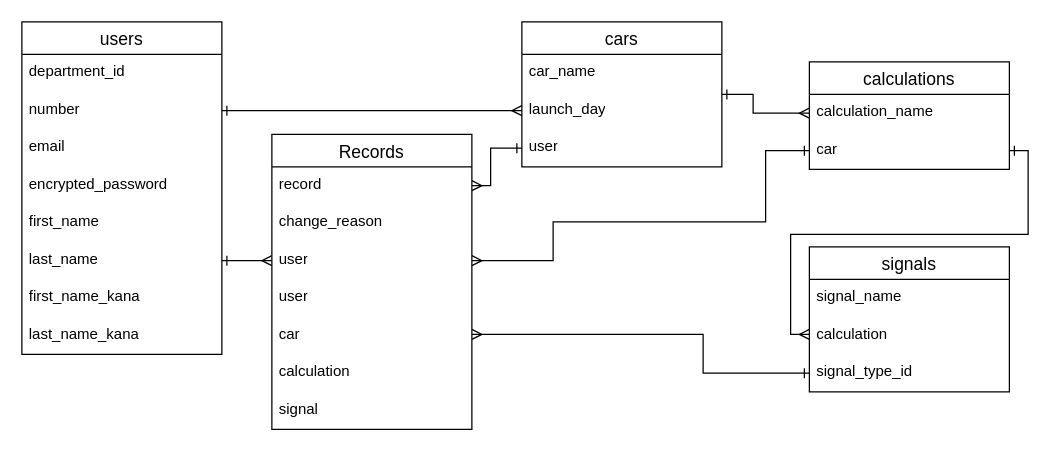
Earlier version of the draw.io diagram er.dio (haru-mq/trace-42193). Source tidied: cells renumbered, new cells numbered last; positions are measured from the earlier drawing's top-left corner, leaving out a move shared by most shapes. Both pictures are drawn from the tidied source at 125%, with x=0, y=0 at pixel (21, 21).
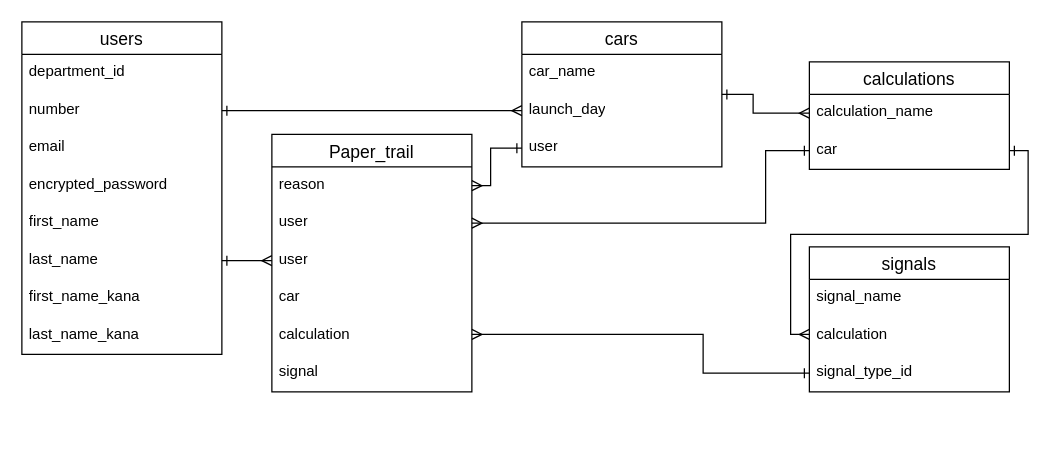
After the change.

Commit message (it also covers changes not shown here):
Record history

The change refers to these unchanged cells:
```xml
<mxCell id="8" value="last_name" style="text;strokeColor=none;fillColor=none;spacingLeft=4;spacingRight=4;overflow=hidden;points=[[0,0.5],[1,0.5]];portConstraint=eastwest;fontSize=12;whiteSpace=wrap;html=1;" parent="2" vertex="1">
  <mxGeometry y="176" width="160" height="30" as="geometry" />
</mxCell>
<mxCell id="14" value="user" style="text;strokeColor=none;fillColor=none;spacingLeft=4;spacingRight=4;overflow=hidden;points=[[0,0.5],[1,0.5]];portConstraint=eastwest;fontSize=12;whiteSpace=wrap;html=1;" parent="11" vertex="1">
  <mxGeometry y="86" width="160" height="30" as="geometry" />
</mxCell>
<mxCell id="17" value="car" style="text;strokeColor=none;fillColor=none;spacingLeft=4;spacingRight=4;overflow=hidden;points=[[0,0.5],[1,0.5]];portConstraint=eastwest;fontSize=12;whiteSpace=wrap;html=1;" parent="15" vertex="1">
  <mxGeometry y="56" width="160" height="30" as="geometry" />
</mxCell>
```

Change to the diagram source:
```diff
@@
-    <mxCell id="22" value="Records" style="swimlane;fontStyle=0;horizontal=1;startSize=26;align=center;fontSize=14;" parent="1" vertex="1">
-      <mxGeometry x="200" y="90" width="160" height="236" as="geometry" />
+    <mxCell id="22" value="Paper_trail" style="swimlane;fontStyle=0;horizontal=1;startSize=26;align=center;fontSize=14;" parent="1" vertex="1">
+      <mxGeometry x="200" y="90" width="160" height="206" as="geometry" />
     </mxCell>
-    <mxCell id="23" value="record" style="text;strokeColor=none;fillColor=none;spacingLeft=4;spacingRight=4;overflow=hidden;points=[[0,0.5],[1,0.5]];portConstraint=eastwest;fontSize=12;whiteSpace=wrap;html=1;" parent="22" vertex="1">
-      <mxGeometry y="26" width="160" height="30" as="geometry" />
-    </mxCell>
-    <mxCell id="24" value="change_reason" style="text;strokeColor=none;fillColor=none;spacingLeft=4;spacingRight=4;overflow=hidden;fontSize=12;whiteSpace=wrap;html=1;" parent="22" vertex="1">
-      <mxGeometry y="56" width="160" height="30" as="geometry" />
+    <mxCell id="24" value="reason" style="text;strokeColor=none;fillColor=none;spacingLeft=4;spacingRight=4;overflow=hidden;fontSize=12;whiteSpace=wrap;html=1;" parent="22" vertex="1">
+      <mxGeometry y="26" width="160" height="30" as="geometry" />
     </mxCell>
     <mxCell id="25" value="user" style="text;strokeColor=none;fillColor=none;spacingLeft=4;spacingRight=4;overflow=hidden;points=[[0,0.5],[1,0.5]];portConstraint=eastwest;fontSize=12;whiteSpace=wrap;html=1;" parent="22" vertex="1">
-      <mxGeometry y="86" width="160" height="30" as="geometry" />
+      <mxGeometry y="56" width="160" height="30" as="geometry" />
     </mxCell>
     <mxCell id="26" value="user" style="text;strokeColor=none;fillColor=none;spacingLeft=4;spacingRight=4;overflow=hidden;points=[[0,0.5],[1,0.5]];portConstraint=eastwest;fontSize=12;whiteSpace=wrap;html=1;" parent="22" vertex="1">
-      <mxGeometry y="116" width="160" height="30" as="geometry" />
+      <mxGeometry y="86" width="160" height="30" as="geometry" />
     </mxCell>
     <mxCell id="27" value="car" style="text;strokeColor=none;fillColor=none;spacingLeft=4;spacingRight=4;overflow=hidden;fontSize=12;whiteSpace=wrap;html=1;" parent="22" vertex="1">
-      <mxGeometry y="146" width="160" height="30" as="geometry" />
+      <mxGeometry y="116" width="160" height="30" as="geometry" />
     </mxCell>
     <mxCell id="28" value="calculation" style="text;strokeColor=none;fillColor=none;spacingLeft=4;spacingRight=4;overflow=hidden;fontSize=12;whiteSpace=wrap;html=1;" parent="22" vertex="1">
-      <mxGeometry y="176" width="160" height="30" as="geometry" />
+      <mxGeometry y="146" width="160" height="30" as="geometry" />
     </mxCell>
     <mxCell id="29" value="signal" style="text;strokeColor=none;fillColor=none;spacingLeft=4;spacingRight=4;overflow=hidden;fontSize=12;whiteSpace=wrap;html=1;" parent="22" vertex="1">
-      <mxGeometry y="206" width="160" height="30" as="geometry" />
+      <mxGeometry y="176" width="160" height="30" as="geometry" />
     </mxCell>
@@
-    <mxCell id="31" style="edgeStyle=none;html=1;exitX=1;exitY=0.5;exitDx=0;exitDy=0;entryX=0;entryY=0.5;entryDx=0;entryDy=0;startArrow=ERone;startFill=0;endArrow=ERmany;endFill=0;" parent="1" edge="1" source="8" target="25">
+    <mxCell id="31" style="edgeStyle=none;html=1;exitX=1;exitY=0.5;exitDx=0;exitDy=0;entryX=0;entryY=0.5;entryDx=0;entryDy=0;startArrow=ERone;startFill=0;endArrow=ERmany;endFill=0;" parent="1" edge="1" source="8" target="26">
       <mxGeometry relative="1" as="geometry" />
     </mxCell>
-    <mxCell id="32" style="edgeStyle=orthogonalEdgeStyle;html=1;exitX=0;exitY=0.5;exitDx=0;exitDy=0;entryX=1;entryY=0.5;entryDx=0;entryDy=0;rounded=0;curved=0;endArrow=ERmany;endFill=0;startArrow=ERone;startFill=0;" parent="1" edge="1" source="14" target="23">
+    <mxCell id="32" style="edgeStyle=orthogonalEdgeStyle;html=1;exitX=0;exitY=0.5;exitDx=0;exitDy=0;entryX=1;entryY=0.5;entryDx=0;entryDy=0;rounded=0;curved=0;endArrow=ERmany;endFill=0;startArrow=ERone;startFill=0;" parent="1" edge="1" source="14">
       <mxGeometry relative="1" as="geometry">
+        <mxPoint x="360" y="131" as="targetPoint" />
         <Array as="points">
           <mxPoint x="375" y="101" />
           <mxPoint x="375" y="131" />
         </Array>
       </mxGeometry>
     </mxCell>
@@
     <mxCell id="34" style="edgeStyle=orthogonalEdgeStyle;html=1;exitX=0;exitY=0.5;exitDx=0;exitDy=0;entryX=1;entryY=0.5;entryDx=0;entryDy=0;rounded=0;curved=0;endArrow=ERmany;endFill=0;startArrow=ERone;startFill=0;" parent="1" edge="1" source="17" target="25">
       <mxGeometry relative="1" as="geometry">
         <Array as="points">
           <mxPoint x="595" y="103" />
-          <mxPoint x="595" y="160" />
-          <mxPoint x="425" y="160" />
-          <mxPoint x="425" y="191" />
+          <mxPoint x="595" y="161" />
         </Array>
       </mxGeometry>
     </mxCell>
```
